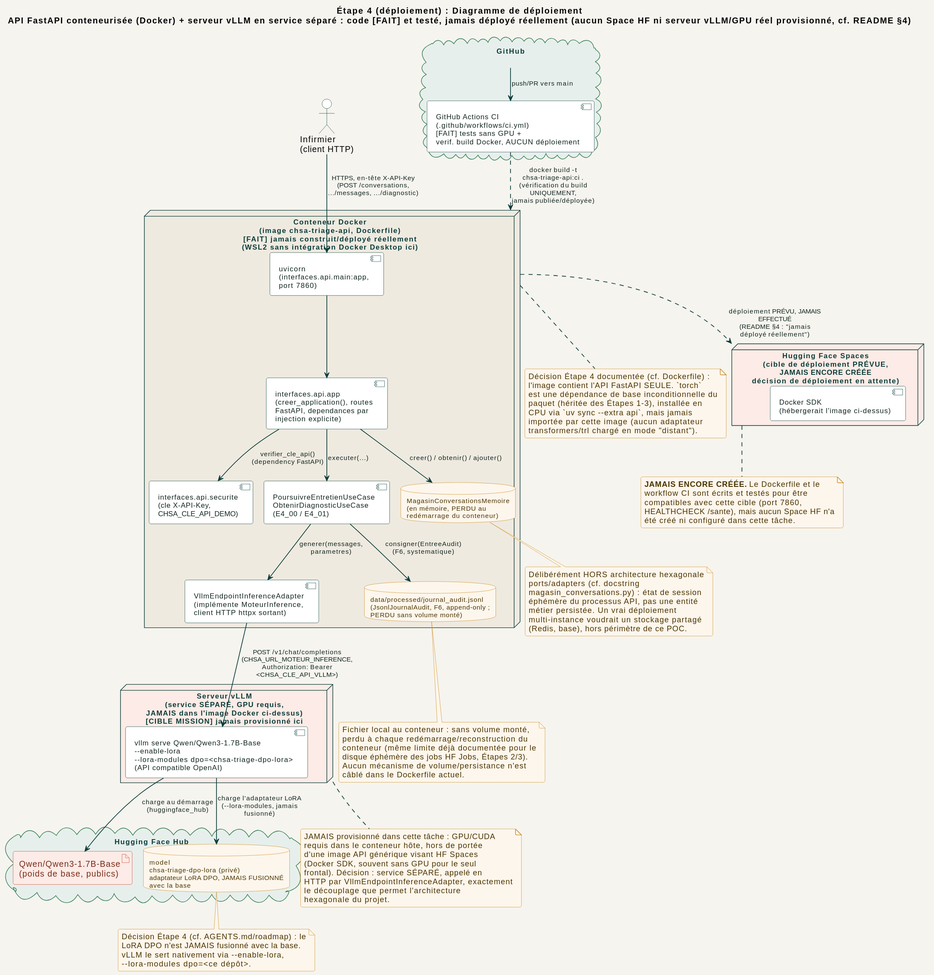
racemartin/m14_ocr keeps this PlantUML diagram as docs/diagrams/05_etape4_deploiement/deploiement/deploiement_etape4.svg. Above is the earlier version. Source of this version:
```plantuml
@startuml
!pragma layout smetana
!include ../../_common/estilo.iuml

title Étape 4 (déploiement) : Diagramme de déploiement\nAPI FastAPI conteneurisée (Docker) + serveur vLLM en service séparé : code [FAIT] et testé, jamais déployé réellement (aucun Space HF ni serveur vLLM/GPU réel provisionné, cf. README §4)

actor "Infirmier\n(client HTTP)" as INFIRMIER

node "Conteneur Docker\n(image chsa-triage-api, Dockerfile)\n[FAIT] jamais construit/déployé réellement\n(WSL2 sans intégration Docker Desktop ici)" as DOCKER #EFEAE0 {
  component "uvicorn\n(interfaces.api.main:app,\nport 7860)" as UVICORN
  component "interfaces.api.app\n(creer_application(), routes\nFastAPI, dependances par\ninjection explicite)" as APP
  component "interfaces.api.securite\n(cle X-API-Key,\nCHSA_CLE_API_DEMO)" as SECURITE
  database "MagasinConversationsMemoire\n(en mémoire, PERDU au\nredémarrage du conteneur)" as MAGASIN
  component "PoursuivreEntretienUseCase\nObtenirDiagnosticUseCase\n(E4_00 / E4_01)" as USECASES
  component "VllmEndpointInferenceAdapter\n(implémente MoteurInference,\nclient HTTP httpx sortant)" as ADAPT_VLLM
  database "data/processed/journal_audit.jsonl\n(JsonlJournalAudit, F6, append-only ;\nPERDU sans volume monté)" as JOURNAL
}

node "Serveur vLLM\n(service SÉPARÉ, GPU requis,\nJAMAIS dans l'image Docker ci-dessus)\n[CIBLE MISSION] jamais provisionné ici" as VLLM #FCEBE6 {
  component "vllm serve Qwen/Qwen3-1.7B-Base\n~-~-enable-lora\n~-~-lora-modules dpo=<chsa-triage-dpo-lora>\n(API compatible OpenAI)" as VLLM_SERVER
}

cloud "Hugging Face Hub" as HFHUB {
  artifact "Qwen/Qwen3-1.7B-Base\n(poids de base, publics)" as MODELE_BASE
  database "model\nchsa-triage-dpo-lora (privé)\nadaptateur LoRA DPO, JAMAIS FUSIONNÉ\navec la base" as REPO_DPO_LORA
}

cloud "GitHub" as GITHUB {
  component "GitHub Actions CI\n(.github/workflows/ci.yml)\n[FAIT] tests sans GPU +\nverif. build Docker, AUCUN déploiement" as CI
}

node "Hugging Face Spaces\n(cible de déploiement PRÉVUE,\n**JAMAIS ENCORE CRÉÉE**\ndécision de déploiement en attente)" as HFSPACE #FCEBE6 {
  component "Docker SDK\n(hébergerait l'image ci-dessus)" as SPACE_DOCKER
}


INFIRMIER --> UVICORN : HTTPS, en-tête X-API-Key\n(POST /conversations,\n.../messages, .../diagnostic)
UVICORN --> APP
APP --> SECURITE : verifier_cle_api()\n(dependency FastAPI)
APP --> MAGASIN : creer() / obtenir() / ajouter()
APP --> USECASES : executer(...)
USECASES --> ADAPT_VLLM : generer(messages, parametres)
USECASES --> JOURNAL : consigner(EntreeAudit)\n(F6, systematique)

ADAPT_VLLM --> VLLM_SERVER : POST /v1/chat/completions\n(CHSA_URL_MOTEUR_INFERENCE,\nAuthorization: Bearer <CHSA_CLE_API_VLLM>)
VLLM_SERVER --> MODELE_BASE : charge au démarrage\n(huggingface_hub)
VLLM_SERVER --> REPO_DPO_LORA : charge l'adaptateur LoRA\n(~-~-lora-modules, jamais fusionné)

GITHUB --> CI : push/PR vers main
CI ..> DOCKER : docker build -t chsa-triage-api:ci .\n(vérification du build UNIQUEMENT,\njamais publiée/déployée)

DOCKER ..> HFSPACE : déploiement PRÉVU, JAMAIS EFFECTUÉ\n(README §4 : "jamais déployé réellement")

note bottom of DOCKER
  Décision Étape 4 documentée (cf. Dockerfile) :
  l'image contient l'API FastAPI SEULE. `torch`
  est une dépendance de base inconditionnelle du
  paquet (héritée des Étapes 1-3), installée en
  CPU via `uv sync ~-~-extra api`, mais jamais
  importée par cette image (aucun adaptateur
  transformers/trl chargé en mode "distant").
end note

note bottom of VLLM
  JAMAIS provisionné dans cette tâche : GPU/CUDA
  requis dans le conteneur hôte, hors de portée
  d'une image API générique visant HF Spaces
  (Docker SDK, souvent sans GPU pour le seul
  frontal). Décision : service SÉPARÉ, appelé en
  HTTP par VllmEndpointInferenceAdapter, exactement
  le découplage que permet l'architecture
  hexagonale du projet.
end note

note bottom of MAGASIN
  Délibérément HORS architecture hexagonale
  ports/adapters (cf. docstring
  magasin_conversations.py) : état de session
  éphémère du processus API, pas une entité
  métier persistée. Un vrai déploiement
  multi-instance voudrait un stockage partagé
  (Redis, base), hors périmètre de ce POC.
end note

note bottom of JOURNAL
  Fichier local au conteneur : sans volume monté,
  perdu à chaque redémarrage/reconstruction du
  conteneur (même limite déjà documentée pour le
  disque éphémère des jobs HF Jobs, Étapes 2/3).
  Aucun mécanisme de volume/persistance n'est
  câblé dans le Dockerfile actuel.
end note

note bottom of HFSPACE
  **JAMAIS ENCORE CRÉÉE.** Le Dockerfile et le
  workflow CI sont écrits et testés pour être
  compatibles avec cette cible (port 7860,
  HEALTHCHECK /sante), mais aucun Space HF n'a
  été créé ni configuré dans cette tâche.
end note

note bottom of REPO_DPO_LORA
  Décision Étape 4 (cf. AGENTS.md/roadmap) : le
  LoRA DPO n'est JAMAIS fusionné avec la base.
  vLLM le sert nativement via ~-~-enable-lora,
  ~-~-lora-modules dpo=<ce dépôt>.
end note
@enduml
```
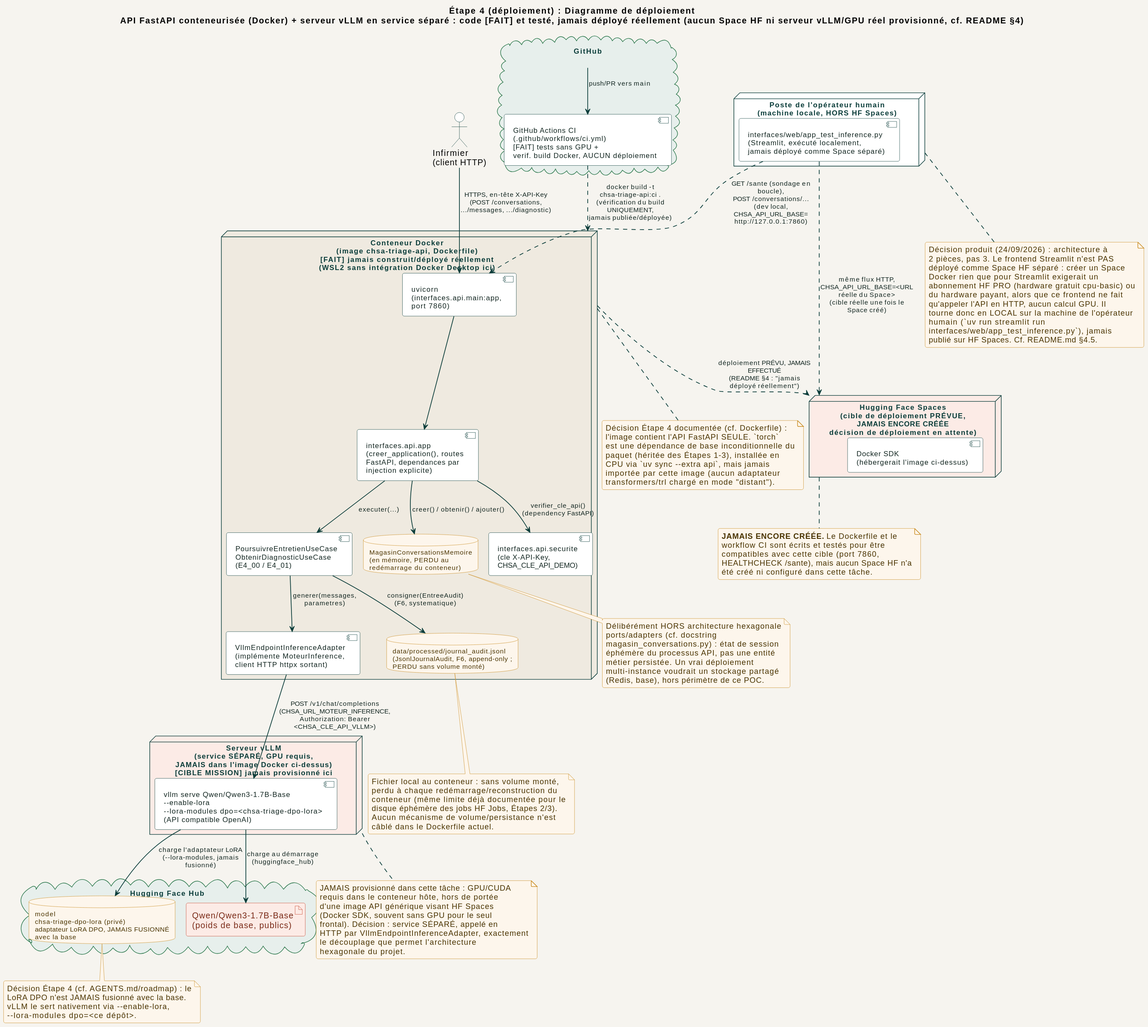
The same file after the commit.

Commit message:
fix(etape4): simplifier le deploiement a 2 pieces, abandon du Space Streamlit dedie

Change to the diagram source:
```diff
@@ -33,6 +33,10 @@
   component "Docker SDK\n(hébergerait l'image ci-dessus)" as SPACE_DOCKER
 }
 
+node "Poste de l'opérateur humain\n(machine locale, HORS HF Spaces)" as OPERATEUR #FFFFFF {
+  component "interfaces/web/app_test_inference.py\n(Streamlit, exécuté localement,\njamais déployé comme Space séparé)" as STREAMLIT
+}
+
 
 INFIRMIER --> UVICORN : HTTPS, en-tête X-API-Key\n(POST /conversations,\n.../messages, .../diagnostic)
 UVICORN --> APP
@@ -50,6 +54,9 @@
 CI ..> DOCKER : docker build -t chsa-triage-api:ci .\n(vérification du build UNIQUEMENT,\njamais publiée/déployée)
 
 DOCKER ..> HFSPACE : déploiement PRÉVU, JAMAIS EFFECTUÉ\n(README §4 : "jamais déployé réellement")
+
+STREAMLIT ..> UVICORN : GET /sante (sondage en boucle),\nPOST /conversations/...\n(dev local, CHSA_API_URL_BASE=\nhttp://127.0.0.1:7860)
+STREAMLIT ..> HFSPACE : même flux HTTP,\nCHSA_API_URL_BASE=<URL réelle du Space>\n(cible réelle une fois le Space créé)
 
 note bottom of DOCKER
   Décision Étape 4 documentée (cf. Dockerfile) :
@@ -105,4 +112,18 @@
   vLLM le sert nativement via ~-~-enable-lora,
   ~-~-lora-modules dpo=<ce dépôt>.
 end note
+
+note bottom of OPERATEUR
+  Décision produit (24/09/2026) : architecture à
+  2 pièces, pas 3. Le frontend Streamlit n'est PAS
+  déployé comme Space HF séparé : créer un Space
+  Docker rien que pour Streamlit exigerait un
+  abonnement HF PRO (hardware gratuit cpu-basic) ou
+  du hardware payant, alors que ce frontend ne fait
+  qu'appeler l'API en HTTP, aucun calcul GPU. Il
+  tourne donc en LOCAL sur la machine de l'opérateur
+  humain (`uv run streamlit run
+  interfaces/web/app_test_inference.py`), jamais
+  publié sur HF Spaces. Cf. README.md §4.5.
+end note
 @enduml
```
